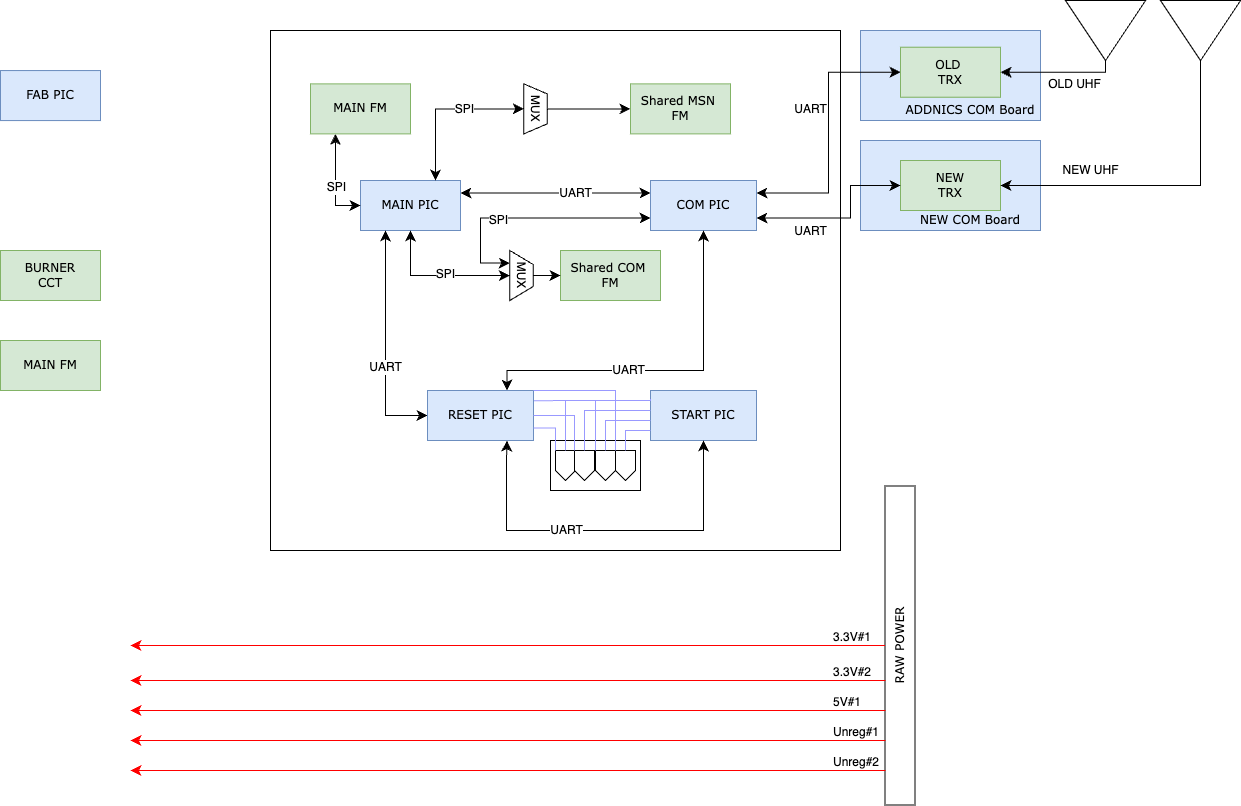
Before: Diagrams/obc-block-diagram.png, a diagram exported from draw.io (BIRDSOpenSource/BIRDSRP-OBC). Source tidied: cells renumbered, new cells last; positions are measured from the earlier drawing's top-left corner, leaving out a move shared by most shapes.
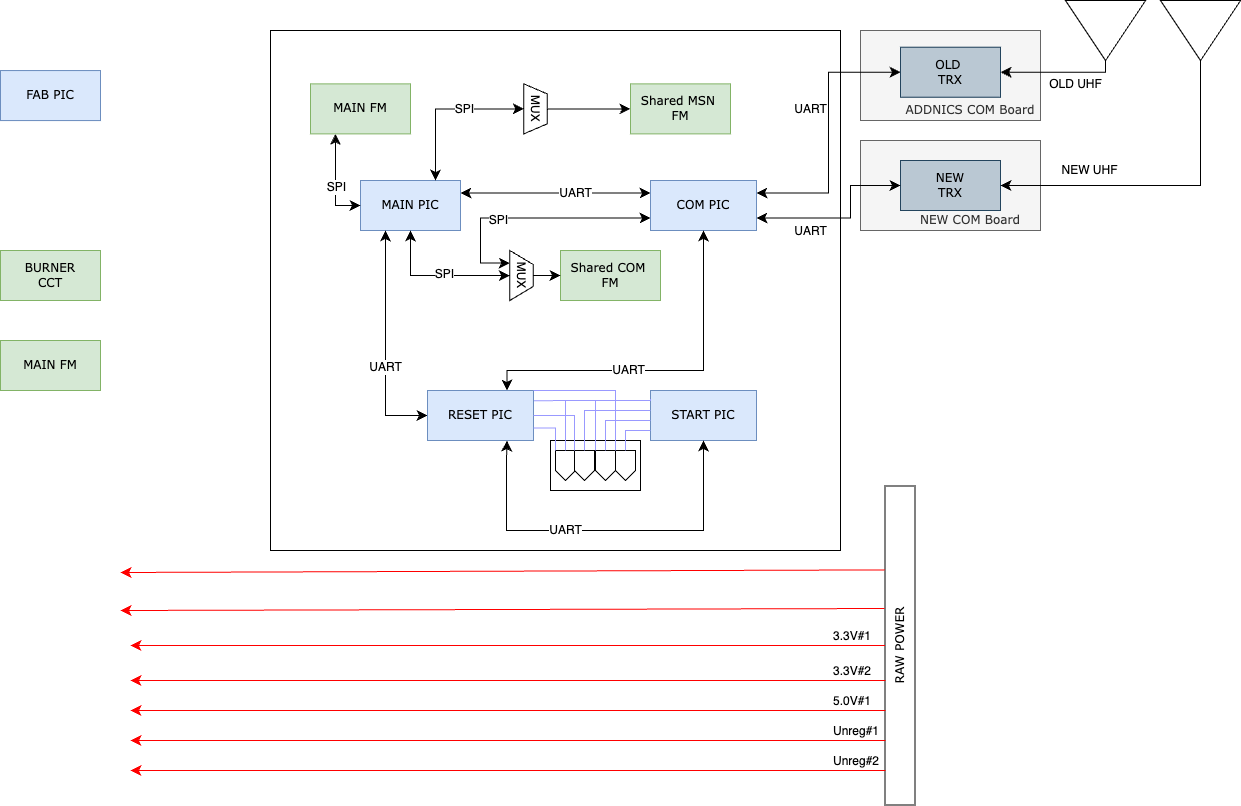
The same diagram one commit later.

The edit, as a diff of the source:
```diff
@@ -64,7 +64,7 @@
         <mxPoint x="130" y="720" as="targetPoint" />
       </mxGeometry>
     </mxCell>
-    <mxCell id="17" value="5V#1" style="edgeLabel;html=1;fontSize=12;align=left;verticalAlign=bottom;" parent="16" vertex="1">
+    <mxCell id="17" value="5.0V#1" style="edgeLabel;html=1;fontSize=12;align=left;verticalAlign=bottom;" parent="16" vertex="1">
       <mxGeometry x="-1" relative="1" as="geometry">
         <mxPoint x="-54" as="offset" />
       </mxGeometry>
@@ -138,16 +138,16 @@
     <mxCell id="37" value="BURNER&lt;div&gt;CCT&lt;/div&gt;" style="shape=rect;dashed=0;shadow=0;html=1;whiteSpace=wrap;rotation=0;rounded=0;comic=0;labelBackgroundColor=none;strokeWidth=1;fontFamily=Verdana;fontSize=12;align=center;fillColor=#d5e8d4;strokeColor=#82b366;" parent="1" vertex="1">
       <mxGeometry y="260" width="100" height="50" as="geometry" />
     </mxCell>
-    <mxCell id="38" value="&lt;blockquote style=&quot;margin: 0 0 0 40px; border: none; padding: 0px;&quot;&gt;&lt;p style=&quot;line-height: 120%; margin-bottom: 0px; margin-left: 0px; margin-top: 70px;&quot;&gt;ADDNICS COM Board&lt;/p&gt;&lt;/blockquote&gt;" style="shape=rect;dashed=0;shadow=0;html=1;whiteSpace=wrap;rounded=0;comic=0;labelBackgroundColor=none;strokeWidth=1;fontFamily=Verdana;fontSize=12;align=center;fillColor=#dae8fc;strokeColor=#6c8ebf;" parent="1" vertex="1">
+    <mxCell id="38" value="&lt;blockquote style=&quot;margin: 0 0 0 40px; border: none; padding: 0px;&quot;&gt;&lt;p style=&quot;line-height: 120%; margin-bottom: 0px; margin-left: 0px; margin-top: 70px;&quot;&gt;ADDNICS COM Board&lt;/p&gt;&lt;/blockquote&gt;" style="shape=rect;dashed=0;shadow=0;html=1;whiteSpace=wrap;rounded=0;comic=0;labelBackgroundColor=none;strokeWidth=1;fontFamily=Verdana;fontSize=12;align=center;fillColor=#f5f5f5;fontColor=#333333;strokeColor=#666666;" parent="1" vertex="1">
       <mxGeometry x="860" y="40" width="180" height="90" as="geometry" />
     </mxCell>
-    <mxCell id="39" value="OLD&amp;nbsp;&lt;div&gt;TRX&lt;/div&gt;" style="shape=rect;dashed=0;shadow=0;html=1;whiteSpace=wrap;rotation=0;rounded=0;comic=0;labelBackgroundColor=none;strokeWidth=1;fontFamily=Verdana;fontSize=12;align=center;fillColor=#d5e8d4;strokeColor=#82b366;" parent="1" vertex="1">
+    <mxCell id="39" value="OLD&amp;nbsp;&lt;div&gt;TRX&lt;/div&gt;" style="shape=rect;dashed=0;shadow=0;html=1;whiteSpace=wrap;rotation=0;rounded=0;comic=0;labelBackgroundColor=none;strokeWidth=1;fontFamily=Verdana;fontSize=12;align=center;fillColor=#bac8d3;strokeColor=#23445d;" parent="1" vertex="1">
       <mxGeometry x="900" y="56.7" width="100" height="50" as="geometry" />
     </mxCell>
-    <mxCell id="40" value="&lt;blockquote style=&quot;margin: 0 0 0 40px; border: none; padding: 0px;&quot;&gt;&lt;p style=&quot;line-height: 120%; margin-bottom: 0px; margin-left: 0px; margin-top: 70px;&quot;&gt;NEW COM Board&lt;/p&gt;&lt;/blockquote&gt;" style="shape=rect;dashed=0;shadow=0;html=1;whiteSpace=wrap;rounded=0;comic=0;labelBackgroundColor=none;strokeWidth=1;fontFamily=Verdana;fontSize=12;align=center;fillColor=#dae8fc;strokeColor=#6c8ebf;" parent="1" vertex="1">
+    <mxCell id="40" value="&lt;blockquote style=&quot;margin: 0 0 0 40px; border: none; padding: 0px;&quot;&gt;&lt;p style=&quot;line-height: 120%; margin-bottom: 0px; margin-left: 0px; margin-top: 70px;&quot;&gt;NEW COM Board&lt;/p&gt;&lt;/blockquote&gt;" style="shape=rect;dashed=0;shadow=0;html=1;whiteSpace=wrap;rounded=0;comic=0;labelBackgroundColor=none;strokeWidth=1;fontFamily=Verdana;fontSize=12;align=center;fillColor=#f5f5f5;strokeColor=#666666;fontColor=#333333;" parent="1" vertex="1">
       <mxGeometry x="860" y="150" width="180" height="90" as="geometry" />
     </mxCell>
-    <mxCell id="41" value="NEW&lt;div&gt;TRX&lt;/div&gt;" style="shape=rect;dashed=0;shadow=0;html=1;whiteSpace=wrap;rotation=0;rounded=0;comic=0;labelBackgroundColor=none;strokeWidth=1;fontFamily=Verdana;fontSize=12;align=center;fillColor=#d5e8d4;strokeColor=#82b366;" parent="1" vertex="1">
+    <mxCell id="41" value="NEW&lt;div&gt;TRX&lt;/div&gt;" style="shape=rect;dashed=0;shadow=0;html=1;whiteSpace=wrap;rotation=0;rounded=0;comic=0;labelBackgroundColor=none;strokeWidth=1;fontFamily=Verdana;fontSize=12;align=center;fillColor=#bac8d3;strokeColor=#23445d;" parent="1" vertex="1">
       <mxGeometry x="900" y="170" width="100" height="50" as="geometry" />
     </mxCell>
     <mxCell id="42" style="endArrow=none;html=1;rounded=0;fontSize=12;startSize=8;endSize=8;entryX=1;entryY=0.5;entryDx=0;entryDy=0;startArrow=classic;startFill=1;edgeStyle=orthogonalEdgeStyle;exitX=1;exitY=0.5;exitDx=0;exitDy=0;endFill=0;" parent="1" edge="1" source="39" target="8">
@@ -314,5 +314,15 @@
     <mxCell id="73" value="UART" style="edgeLabel;html=1;align=center;verticalAlign=middle;fontSize=12;" parent="72" vertex="1">
       <mxGeometry x="0.21" relative="1" as="geometry" />
     </mxCell>
+    <mxCell id="74" style="endArrow=classic;html=1;rounded=0;fontSize=12;startSize=8;endSize=8;curved=1;strokeColor=#FF0000;exitX=0.616;exitY=-0.016;exitDx=0;exitDy=0;exitPerimeter=0;" parent="1" edge="1" source="4">
+      <mxGeometry relative="1" as="geometry">
+        <mxPoint x="120" y="620" as="targetPoint" />
+      </mxGeometry>
+    </mxCell>
+    <mxCell id="75" style="endArrow=classic;html=1;rounded=0;fontSize=12;startSize=8;endSize=8;curved=1;strokeColor=#FF0000;exitX=0.737;exitY=-0.012;exitDx=0;exitDy=0;exitPerimeter=0;" parent="1" edge="1" source="4">
+      <mxGeometry relative="1" as="geometry">
+        <mxPoint x="120" y="582" as="targetPoint" />
+      </mxGeometry>
+    </mxCell>
   </root>
 </mxGraphModel>
```
